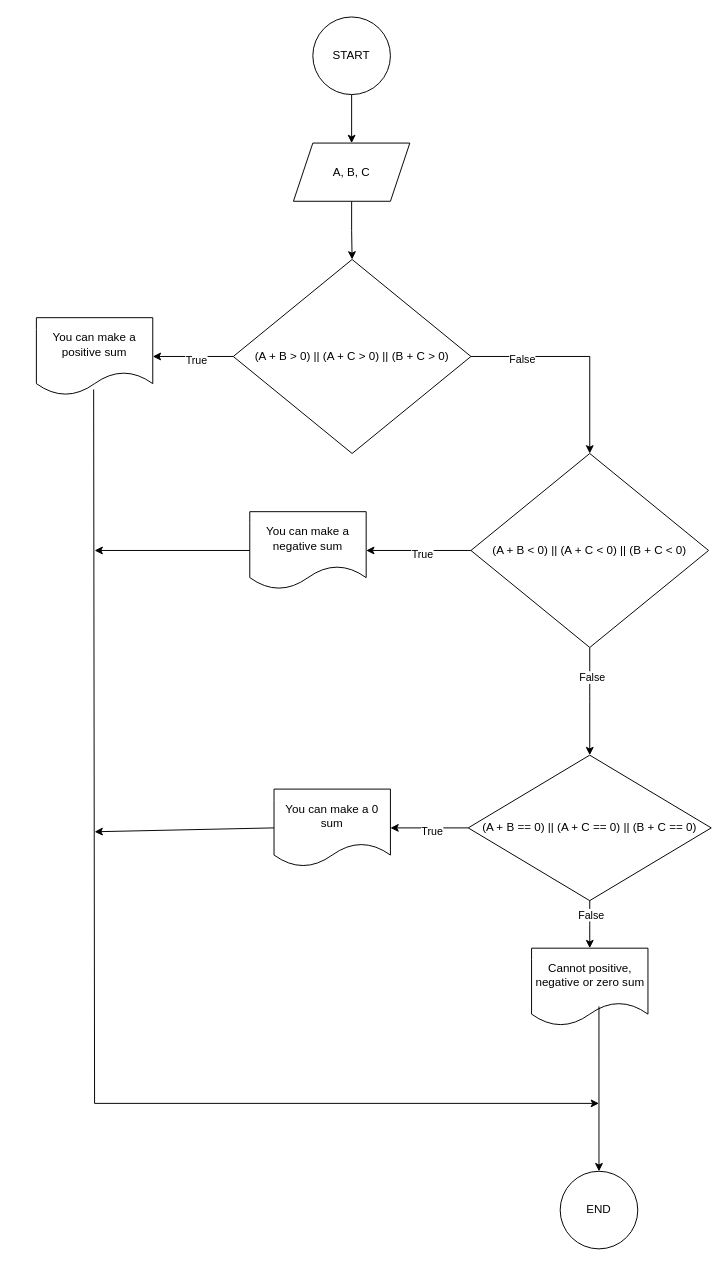
Above: branching-hw-task3.drawio in uthmanigbin/university-work (draw.io), before the change. Source tidied: cells renumbered, new cells numbered last; positions are measured from the earlier drawing's top-left corner, leaving out a move shared by most shapes. Both pictures are drawn from the tidied source at 97%, with x=0, y=0 at pixel (36, 16).
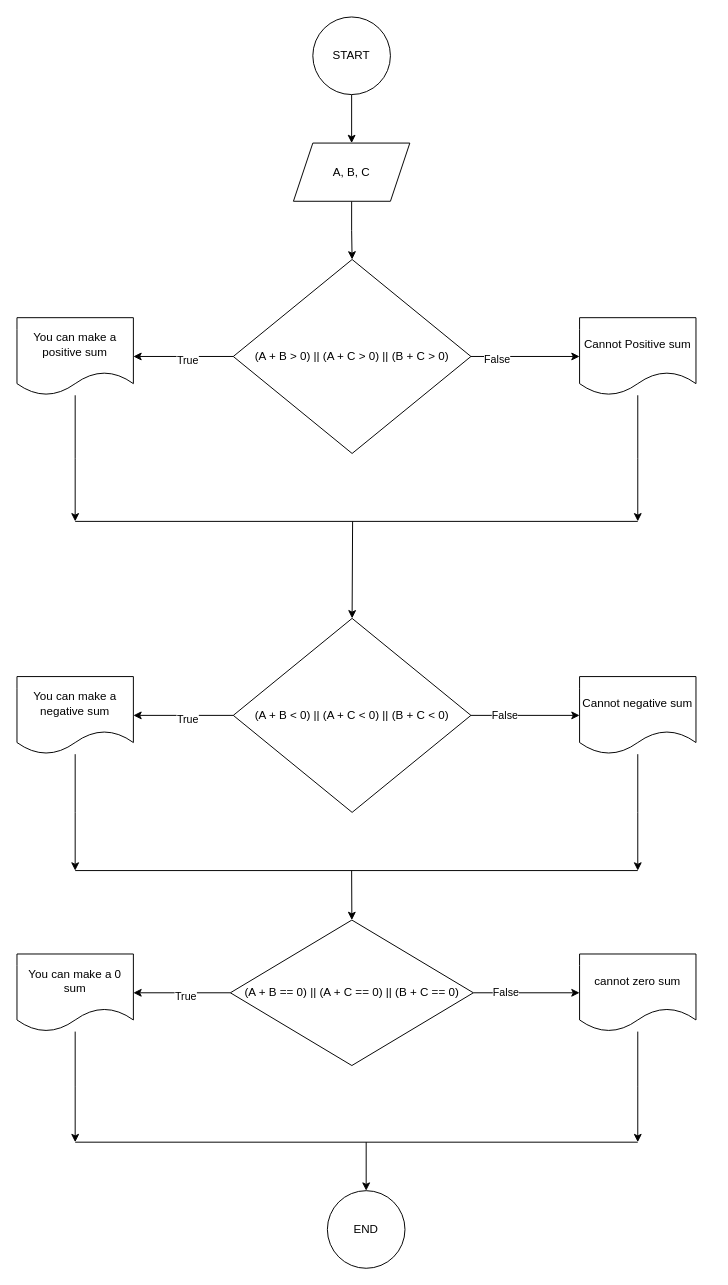
The same diagram, later.

Unchanged cells that the change refers to:
```xml
<mxCell id="10" value="(A + B &amp;gt; 0) || (A + C &amp;gt; 0) || (B + C &amp;gt; 0)" style="rhombus;whiteSpace=wrap;html=1;" parent="1" vertex="1">
  <mxGeometry x="203" y="250" width="245" height="200" as="geometry" />
</mxCell>
```

The edit, as a diff of the source:
```diff
@@
-    <mxCell id="8" style="edgeStyle=orthogonalEdgeStyle;rounded=0;jettySize=auto;html=1;exitX=1;exitY=0.5;exitDx=0;exitDy=0;" parent="1" edge="1" source="10" target="14">
+    <mxCell id="8" style="edgeStyle=orthogonalEdgeStyle;rounded=0;jettySize=auto;html=1;exitX=1;exitY=0.5;exitDx=0;exitDy=0;" parent="1" edge="1" source="10" target="39">
       <mxGeometry relative="1" as="geometry" />
     </mxCell>
@@
+    <mxCell id="31" style="edgeStyle=orthogonalEdgeStyle;rounded=0;jettySize=auto;html=1;" parent="1" edge="1" source="11">
+      <mxGeometry relative="1" as="geometry">
+        <mxPoint x="40" y="520" as="targetPoint" />
+      </mxGeometry>
+    </mxCell>
     <mxCell id="11" value="You can make a positive sum" style="shape=document;whiteSpace=wrap;html=1;boundedLbl=1;" parent="1" vertex="1">
-      <mxGeometry y="310" width="120" height="80" as="geometry" />
+      <mxGeometry x="-20" y="310" width="120" height="80" as="geometry" />
     </mxCell>
-    <mxCell id="12" style="edgeStyle=orthogonalEdgeStyle;rounded=0;jettySize=auto;html=1;" parent="1" edge="1" source="14" target="20">
-      <mxGeometry relative="1" as="geometry" />
-    </mxCell>
-    <mxCell id="13" value="False" style="edgeLabel;html=1;align=center;verticalAlign=middle;" parent="12" vertex="1">
-      <mxGeometry x="-0.46" y="2" relative="1" as="geometry" />
-    </mxCell>
     <mxCell id="14" value="(A + B &amp;lt; 0) || (A + C &amp;lt; 0) || (B + C &amp;lt; 0)" style="rhombus;whiteSpace=wrap;html=1;" parent="1" vertex="1">
-      <mxGeometry x="448" y="450" width="245" height="200" as="geometry" />
+      <mxGeometry x="203" y="620" width="245" height="200" as="geometry" />
     </mxCell>
@@
+    <mxCell id="32" style="edgeStyle=orthogonalEdgeStyle;rounded=0;jettySize=auto;html=1;" parent="1" edge="1" source="17">
+      <mxGeometry relative="1" as="geometry">
+        <mxPoint x="40" y="880" as="targetPoint" />
+      </mxGeometry>
+    </mxCell>
     <mxCell id="17" value="You can make a negative sum" style="shape=document;whiteSpace=wrap;html=1;boundedLbl=1;" parent="1" vertex="1">
-      <mxGeometry x="220" y="510" width="120" height="80" as="geometry" />
+      <mxGeometry x="-20" y="680" width="120" height="80" as="geometry" />
     </mxCell>
@@
     <mxCell id="20" value="(A + B == 0) || (A + C == 0) || (B + C == 0)" style="rhombus;whiteSpace=wrap;html=1;" parent="1" vertex="1">
-      <mxGeometry x="445.2" y="761" width="250.5" height="150" as="geometry" />
+      <mxGeometry x="200" y="931" width="250.5" height="150" as="geometry" />
     </mxCell>
@@
+    <mxCell id="33" style="edgeStyle=orthogonalEdgeStyle;rounded=0;jettySize=auto;html=1;" parent="1" edge="1" source="23">
+      <mxGeometry relative="1" as="geometry">
+        <mxPoint x="40" y="1160" as="targetPoint" />
+      </mxGeometry>
+    </mxCell>
     <mxCell id="23" value="You can make a 0 sum" style="shape=document;whiteSpace=wrap;html=1;boundedLbl=1;" parent="1" vertex="1">
-      <mxGeometry x="245" y="796" width="120" height="80" as="geometry" />
+      <mxGeometry x="-20" y="966" width="120" height="80" as="geometry" />
     </mxCell>
+    <mxCell id="34" style="edgeStyle=orthogonalEdgeStyle;rounded=0;jettySize=auto;html=1;" parent="1" edge="1" source="24">
+      <mxGeometry relative="1" as="geometry">
+        <mxPoint x="620" y="1160" as="targetPoint" />
+      </mxGeometry>
+    </mxCell>
-    <mxCell id="24" value="Cannot positive, negative or zero sum" style="shape=document;whiteSpace=wrap;html=1;boundedLbl=1;" parent="1" vertex="1">
-      <mxGeometry x="510.5" y="960" width="120" height="80" as="geometry" />
+    <mxCell id="24" value="cannot zero sum" style="shape=document;whiteSpace=wrap;html=1;boundedLbl=1;" parent="1" vertex="1">
+      <mxGeometry x="560" y="966" width="120" height="80" as="geometry" />
     </mxCell>
-    <mxCell id="25" style="endArrow=classic;html=1;rounded=0;exitX=0;exitY=0.5;exitDx=0;exitDy=0;" parent="1" edge="1" source="17">
-      <mxGeometry relative="1" as="geometry">
-        <mxPoint x="60" y="550" as="targetPoint" />
-      </mxGeometry>
-    </mxCell>
-    <mxCell id="26" style="endArrow=none;html=1;rounded=0;exitX=0.492;exitY=0.925;exitDx=0;exitDy=0;exitPerimeter=0;" parent="1" edge="1" source="11">
-      <mxGeometry relative="1" as="geometry">
-        <mxPoint x="60" y="1120" as="targetPoint" />
-      </mxGeometry>
-    </mxCell>
-    <mxCell id="27" style="endArrow=classic;html=1;rounded=0;exitX=0;exitY=0.5;exitDx=0;exitDy=0;" parent="1" edge="1" source="23">
-      <mxGeometry relative="1" as="geometry">
-        <mxPoint x="60" y="840" as="targetPoint" />
-      </mxGeometry>
-    </mxCell>
-    <mxCell id="28" style="endArrow=classic;html=1;rounded=0;exitX=0.579;exitY=0.75;exitDx=0;exitDy=0;exitPerimeter=0;" parent="1" edge="1" source="24" target="29">
-      <mxGeometry relative="1" as="geometry" />
-    </mxCell>
     <mxCell id="29" value="END" style="ellipse;whiteSpace=wrap;html=1;" parent="1" vertex="1">
-      <mxGeometry x="540" y="1190" width="80" height="80" as="geometry" />
+      <mxGeometry x="300" y="1210" width="80" height="80" as="geometry" />
     </mxCell>
-    <mxCell id="30" style="endArrow=classic;html=1;rounded=0;" parent="1" edge="1">
-      <mxGeometry relative="1" as="geometry">
-        <mxPoint x="60" y="1120" as="sourcePoint" />
-        <mxPoint x="580" y="1120" as="targetPoint" />
-      </mxGeometry>
-    </mxCell>
+    <mxCell id="35" style="edgeStyle=orthogonalEdgeStyle;rounded=0;jettySize=auto;html=1;exitX=1;exitY=0.5;exitDx=0;exitDy=0;" parent="1" edge="1" source="14" target="37">
+      <mxGeometry relative="1" as="geometry" />
+    </mxCell>
+    <mxCell id="13" value="False" style="edgeLabel;html=1;align=center;verticalAlign=middle;" parent="35" vertex="1">
+      <mxGeometry x="-0.39" y="1" relative="1" as="geometry" />
+    </mxCell>
+    <mxCell id="36" style="edgeStyle=orthogonalEdgeStyle;rounded=0;jettySize=auto;html=1;" parent="1" edge="1" source="37">
+      <mxGeometry relative="1" as="geometry">
+        <mxPoint x="620" y="880" as="targetPoint" />
+      </mxGeometry>
+    </mxCell>
+    <mxCell id="37" value="Cannot negative sum" style="shape=document;whiteSpace=wrap;html=1;boundedLbl=1;" parent="1" vertex="1">
+      <mxGeometry x="560" y="680" width="120" height="80" as="geometry" />
+    </mxCell>
+    <mxCell id="38" style="edgeStyle=orthogonalEdgeStyle;rounded=0;jettySize=auto;html=1;" parent="1" edge="1" source="39">
+      <mxGeometry relative="1" as="geometry">
+        <mxPoint x="620" y="520" as="targetPoint" />
+      </mxGeometry>
+    </mxCell>
+    <mxCell id="39" value="Cannot Positive sum" style="shape=document;whiteSpace=wrap;html=1;boundedLbl=1;" parent="1" vertex="1">
+      <mxGeometry x="560" y="310" width="120" height="80" as="geometry" />
+    </mxCell>
+    <mxCell id="40" style="endArrow=none;html=1;rounded=0;" parent="1" edge="1">
+      <mxGeometry relative="1" as="geometry">
+        <mxPoint x="40" y="1160" as="sourcePoint" />
+        <mxPoint x="620" y="1160" as="targetPoint" />
+      </mxGeometry>
+    </mxCell>
+    <mxCell id="41" style="endArrow=classic;html=1;rounded=0;entryX=0.5;entryY=0;entryDx=0;entryDy=0;" parent="1" edge="1" target="29">
+      <mxGeometry relative="1" as="geometry">
+        <mxPoint x="340" y="1160" as="sourcePoint" />
+      </mxGeometry>
+    </mxCell>
+    <mxCell id="42" style="endArrow=none;html=1;rounded=0;" parent="1" edge="1">
+      <mxGeometry relative="1" as="geometry">
+        <mxPoint x="40" y="520" as="sourcePoint" />
+        <mxPoint x="620" y="520" as="targetPoint" />
+      </mxGeometry>
+    </mxCell>
+    <mxCell id="43" style="endArrow=classic;html=1;rounded=0;entryX=0.5;entryY=0;entryDx=0;entryDy=0;" parent="1" edge="1" target="14">
+      <mxGeometry relative="1" as="geometry">
+        <mxPoint x="326" y="520" as="sourcePoint" />
+      </mxGeometry>
+    </mxCell>
+    <mxCell id="44" style="endArrow=none;html=1;rounded=0;" parent="1" edge="1">
+      <mxGeometry relative="1" as="geometry">
+        <mxPoint x="40" y="880" as="sourcePoint" />
+        <mxPoint x="620" y="880" as="targetPoint" />
+      </mxGeometry>
+    </mxCell>
+    <mxCell id="45" style="endArrow=classic;html=1;rounded=0;entryX=0.5;entryY=0;entryDx=0;entryDy=0;" parent="1" edge="1" target="20">
+      <mxGeometry relative="1" as="geometry">
+        <mxPoint x="325" y="880" as="sourcePoint" />
+      </mxGeometry>
+    </mxCell>
```
